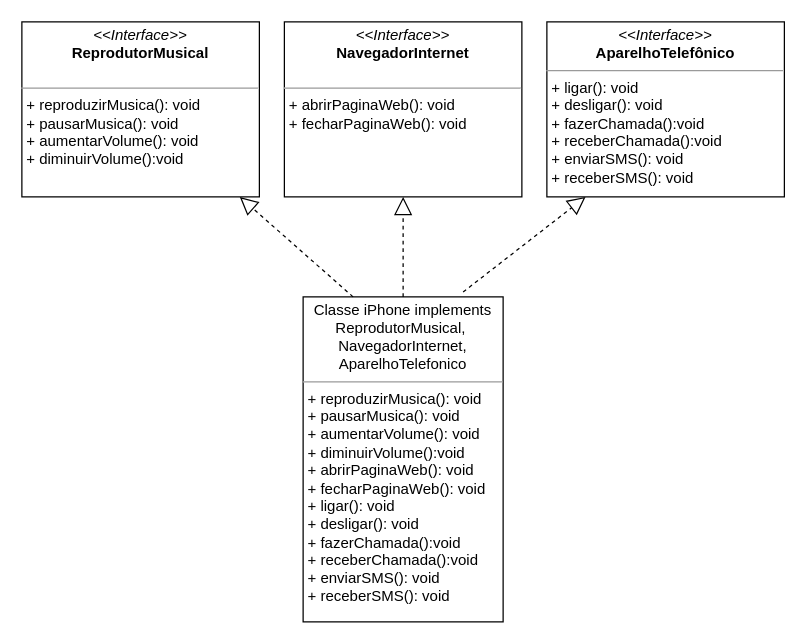
This is iPhone7.drawio from dadderio/bootcamp-java-aws-dio, a draw.io file, before an edit. Source tidied: cells renumbered, new cells numbered last; positions are measured from the earlier drawing's top-left corner, leaving out a move shared by most shapes. Both pictures are drawn from the tidied source at 125%, with x=0, y=0 at pixel (21, 21).
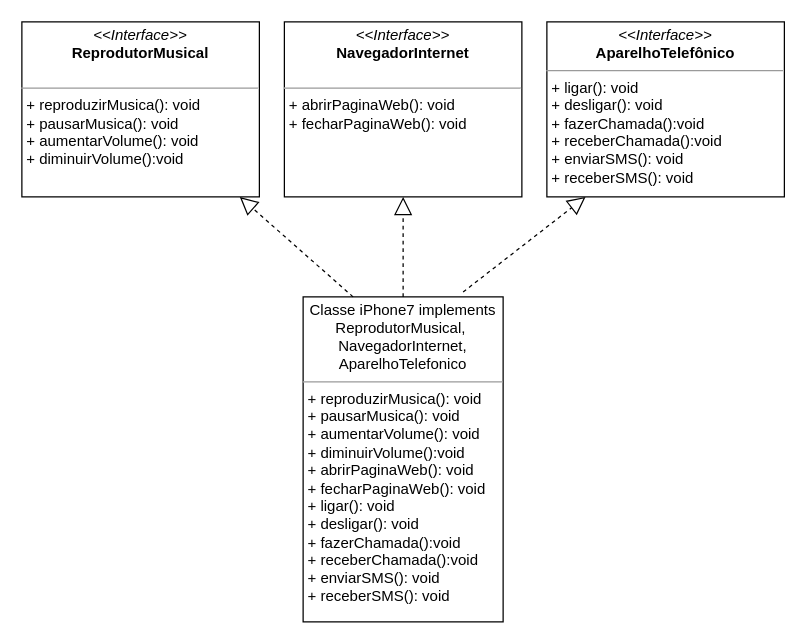
After the change.

Change to the diagram source:
```diff
@@
 <mxGraphModel>
   <root>
     <mxCell id="0" />
     <mxCell id="1" parent="0" />
     <mxCell id="2" value="&lt;p style=&quot;margin:0px;margin-top:4px;text-align:center;&quot;&gt;&lt;i&gt;&amp;lt;&amp;lt;Interface&amp;gt;&amp;gt;&lt;/i&gt;&lt;br&gt;&lt;b&gt;ReprodutorMusical&lt;/b&gt;&lt;/p&gt;&lt;br&gt;&lt;hr size=&quot;1&quot;&gt;&lt;p style=&quot;margin:0px;margin-left:4px;&quot;&gt;+ reproduzirMusica(): void&lt;br&gt;+ pausarMusica(): void&lt;/p&gt;&lt;p style=&quot;margin:0px;margin-left:4px;&quot;&gt;+ aumentarVolume(): void&lt;/p&gt;&lt;p style=&quot;margin:0px;margin-left:4px;&quot;&gt;+ diminuirVolume():void&lt;/p&gt;" style="verticalAlign=top;align=left;overflow=fill;fontSize=12;fontFamily=Helvetica;html=1;whiteSpace=wrap;" parent="1" vertex="1">
       <mxGeometry width="190" height="140" as="geometry" />
     </mxCell>
     <mxCell id="3" value="&lt;p style=&quot;margin:0px;margin-top:4px;text-align:center;&quot;&gt;&lt;i&gt;&amp;lt;&amp;lt;Interface&amp;gt;&amp;gt;&lt;/i&gt;&lt;br&gt;&lt;b&gt;NavegadorInternet&lt;/b&gt;&lt;/p&gt;&lt;br&gt;&lt;hr size=&quot;1&quot;&gt;&lt;p style=&quot;margin:0px;margin-left:4px;&quot;&gt;+ abrirPaginaWeb(): void&lt;/p&gt;&lt;p style=&quot;margin:0px;margin-left:4px;&quot;&gt;+ fecharPaginaWeb(): void&lt;/p&gt;" style="verticalAlign=top;align=left;overflow=fill;fontSize=12;fontFamily=Helvetica;html=1;whiteSpace=wrap;" parent="1" vertex="1">
       <mxGeometry x="210" width="190" height="140" as="geometry" />
     </mxCell>
     <mxCell id="4" value="&lt;p style=&quot;margin:0px;margin-top:4px;text-align:center;&quot;&gt;&lt;i&gt;&amp;lt;&amp;lt;Interface&amp;gt;&amp;gt;&lt;/i&gt;&lt;br&gt;&lt;b&gt;AparelhoTelefônico&lt;/b&gt;&lt;/p&gt;&lt;hr size=&quot;1&quot;&gt;&lt;p style=&quot;margin:0px;margin-left:4px;&quot;&gt;&lt;/p&gt;&lt;p style=&quot;margin:0px;margin-left:4px;&quot;&gt;+ ligar(): void&lt;br&gt;+ desligar(): void&lt;/p&gt;&lt;p style=&quot;margin:0px;margin-left:4px;&quot;&gt;+ fazerChamada():void&lt;/p&gt;&lt;p style=&quot;margin:0px;margin-left:4px;&quot;&gt;+ receberChamada():void&lt;/p&gt;&lt;p style=&quot;margin:0px;margin-left:4px;&quot;&gt;+ enviarSMS(): void&lt;/p&gt;&lt;p style=&quot;margin:0px;margin-left:4px;&quot;&gt;+ receberSMS(): void&lt;/p&gt;" style="verticalAlign=top;align=left;overflow=fill;fontSize=12;fontFamily=Helvetica;html=1;whiteSpace=wrap;" parent="1" vertex="1">
       <mxGeometry x="420" width="190" height="140" as="geometry" />
     </mxCell>
-    <mxCell id="5" value="&lt;p style=&quot;margin:0px;margin-top:4px;text-align:center;&quot;&gt;Classe iPhone implements ReprodutorMusical,&amp;nbsp; NavegadorInternet,&lt;/p&gt;&lt;div style=&quot;text-align: center;&quot;&gt;&lt;span style=&quot;background-color: initial;&quot;&gt;AparelhoTelefonico&lt;/span&gt;&lt;/div&gt;&lt;hr size=&quot;1&quot;&gt;&lt;p style=&quot;margin:0px;margin-left:4px;&quot;&gt;&lt;/p&gt;&lt;p style=&quot;border-color: var(--border-color); margin: 0px 0px 0px 4px;&quot;&gt;+ reproduzirMusica(): void&lt;br style=&quot;border-color: var(--border-color);&quot;&gt;+ pausarMusica(): void&lt;/p&gt;&lt;p style=&quot;border-color: var(--border-color); margin: 0px 0px 0px 4px;&quot;&gt;+ aumentarVolume(): void&lt;/p&gt;&lt;p style=&quot;border-color: var(--border-color); margin: 0px 0px 0px 4px;&quot;&gt;+ diminuirVolume():void&lt;/p&gt;&lt;p style=&quot;border-color: var(--border-color); margin: 0px 0px 0px 4px;&quot;&gt;+ abrirPaginaWeb(): void&lt;/p&gt;&lt;p style=&quot;border-color: var(--border-color); margin: 0px 0px 0px 4px;&quot;&gt;+ fecharPaginaWeb(): void&lt;/p&gt;&lt;p style=&quot;border-color: var(--border-color); margin: 0px 0px 0px 4px;&quot;&gt;+ ligar(): void&lt;br style=&quot;border-color: var(--border-color);&quot;&gt;+ desligar(): void&lt;/p&gt;&lt;p style=&quot;border-color: var(--border-color); margin: 0px 0px 0px 4px;&quot;&gt;+ fazerChamada():void&lt;/p&gt;&lt;p style=&quot;border-color: var(--border-color); margin: 0px 0px 0px 4px;&quot;&gt;+ receberChamada():void&lt;/p&gt;&lt;p style=&quot;border-color: var(--border-color); margin: 0px 0px 0px 4px;&quot;&gt;+ enviarSMS(): void&lt;/p&gt;&lt;p style=&quot;border-color: var(--border-color); margin: 0px 0px 0px 4px;&quot;&gt;+ receberSMS(): void&lt;/p&gt;" style="verticalAlign=top;align=left;overflow=fill;fontSize=12;fontFamily=Helvetica;html=1;whiteSpace=wrap;" parent="1" vertex="1">
+    <mxCell id="5" value="&lt;p style=&quot;margin:0px;margin-top:4px;text-align:center;&quot;&gt;Classe iPhone7 implements ReprodutorMusical,&amp;nbsp; NavegadorInternet,&lt;/p&gt;&lt;div style=&quot;text-align: center;&quot;&gt;&lt;span style=&quot;background-color: initial;&quot;&gt;AparelhoTelefonico&lt;/span&gt;&lt;/div&gt;&lt;hr size=&quot;1&quot;&gt;&lt;p style=&quot;margin:0px;margin-left:4px;&quot;&gt;&lt;/p&gt;&lt;p style=&quot;border-color: var(--border-color); margin: 0px 0px 0px 4px;&quot;&gt;+ reproduzirMusica(): void&lt;br style=&quot;border-color: var(--border-color);&quot;&gt;+ pausarMusica(): void&lt;/p&gt;&lt;p style=&quot;border-color: var(--border-color); margin: 0px 0px 0px 4px;&quot;&gt;+ aumentarVolume(): void&lt;/p&gt;&lt;p style=&quot;border-color: var(--border-color); margin: 0px 0px 0px 4px;&quot;&gt;+ diminuirVolume():void&lt;/p&gt;&lt;p style=&quot;border-color: var(--border-color); margin: 0px 0px 0px 4px;&quot;&gt;+ abrirPaginaWeb(): void&lt;/p&gt;&lt;p style=&quot;border-color: var(--border-color); margin: 0px 0px 0px 4px;&quot;&gt;+ fecharPaginaWeb(): void&lt;/p&gt;&lt;p style=&quot;border-color: var(--border-color); margin: 0px 0px 0px 4px;&quot;&gt;+ ligar(): void&lt;br style=&quot;border-color: var(--border-color);&quot;&gt;+ desligar(): void&lt;/p&gt;&lt;p style=&quot;border-color: var(--border-color); margin: 0px 0px 0px 4px;&quot;&gt;+ fazerChamada():void&lt;/p&gt;&lt;p style=&quot;border-color: var(--border-color); margin: 0px 0px 0px 4px;&quot;&gt;+ receberChamada():void&lt;/p&gt;&lt;p style=&quot;border-color: var(--border-color); margin: 0px 0px 0px 4px;&quot;&gt;+ enviarSMS(): void&lt;/p&gt;&lt;p style=&quot;border-color: var(--border-color); margin: 0px 0px 0px 4px;&quot;&gt;+ receberSMS(): void&lt;/p&gt;" style="verticalAlign=top;align=left;overflow=fill;fontSize=12;fontFamily=Helvetica;html=1;whiteSpace=wrap;" parent="1" vertex="1">
       <mxGeometry x="225" y="220" width="160" height="260" as="geometry" />
     </mxCell>
     <mxCell id="6" style="endArrow=block;dashed=1;endFill=0;endSize=12;html=1;rounded=0;exitX=0.25;exitY=0;exitDx=0;exitDy=0;" parent="1" edge="1" source="5" target="2">
       <mxGeometry relative="1" as="geometry" />
     </mxCell>
     <mxCell id="7" style="endArrow=block;dashed=1;endFill=0;endSize=12;html=1;rounded=0;entryX=0.5;entryY=1;entryDx=0;entryDy=0;exitX=0.5;exitY=0;exitDx=0;exitDy=0;" parent="1" edge="1" source="5" target="3">
       <mxGeometry relative="1" as="geometry" />
     </mxCell>
     <mxCell id="8" style="endArrow=block;dashed=1;endFill=0;endSize=12;html=1;rounded=0;entryX=0.163;entryY=1;entryDx=0;entryDy=0;exitX=0.8;exitY=-0.015;exitDx=0;exitDy=0;exitPerimeter=0;entryPerimeter=0;" parent="1" edge="1" source="5" target="4">
       <mxGeometry relative="1" as="geometry" />
     </mxCell>
   </root>
 </mxGraphModel>
```
